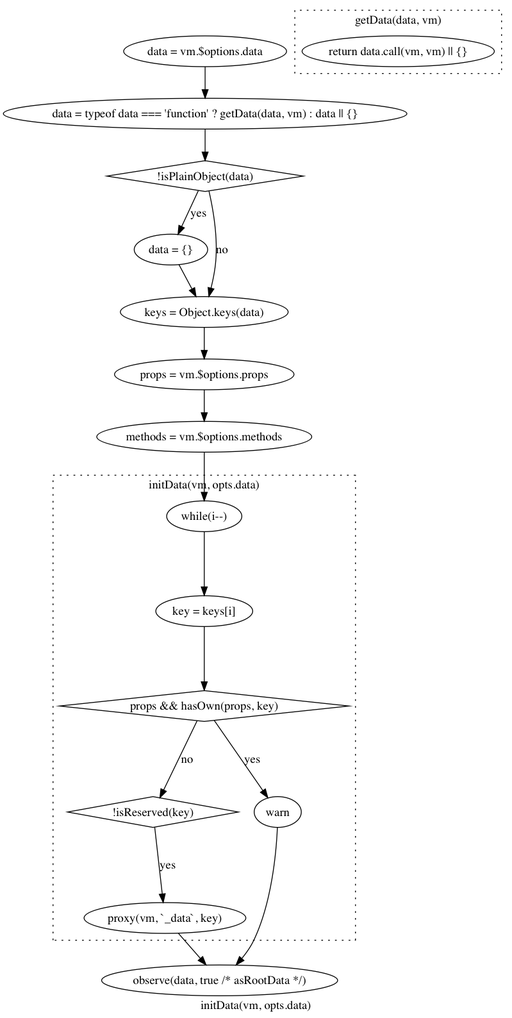
This is initData.png from ltaoo/vueSourceAnalysis, a Graphviz export, as it was before one commit. Its source is kept beside it as initData.gv. Its diagram source:
```dot
digraph G {
    label="initData(vm, opts.data)"

    getData [
        label="data = vm.$options.data"
    ]

    resetData [
        label="data = typeof data === 'function' ? getData(data, vm) : data || {}"
    ]

    getData -> resetData

    dataIsPlain [
        label="!isPlainObject(data)"
        shape=diamond
    ]

    resetData -> dataIsPlain

    resetDataBecomeObj [
        label="data = {}"
    ]

    dataIsPlain -> resetDataBecomeObj [label="yes"]

    getKeys [
        label="keys = Object.keys(data)"
    ]
    resetDataBecomeObj -> getKeys
    getProps [
        label="props = vm.$options.props"
    ]
    getKeys -> getProps
    getMethods [
        label="methods = vm.$options.methods"
    ]
    getProps -> getMethods
    dataIsPlain -> getKeys [label="no"]

    while [
        label="while(i--)"
    ]
    getMethods -> while
    subgraph cluster_while {
        graph[style=dotted]
        getKey [
            label="key = keys[i]"
        ]
        while -> getKey

        hasProp [
            label="props && hasOwn(props, key)"
            shape=diamond
        ]

        getKey -> hasProp
        notReserved [
            label="!isReserved(key)"
            shape=diamond
        ]
        hasProp -> warn [label="yes"]
        hasProp -> notReserved [label="no"]
        proxy [
            label="proxy(vm, `_data`, key)"
        ]
        notReserved -> proxy [label="yes"]
    }

    observeData [
        label="observe(data, true /* asRootData */)"
    ]
    warn -> observeData
    proxy -> observeData

    subgraph cluster_getData {
        graph[style=dotted]
        label="getData(data, vm)"

        return [
            label="return data.call(vm, vm) || {}"
        ]
    }
}
```
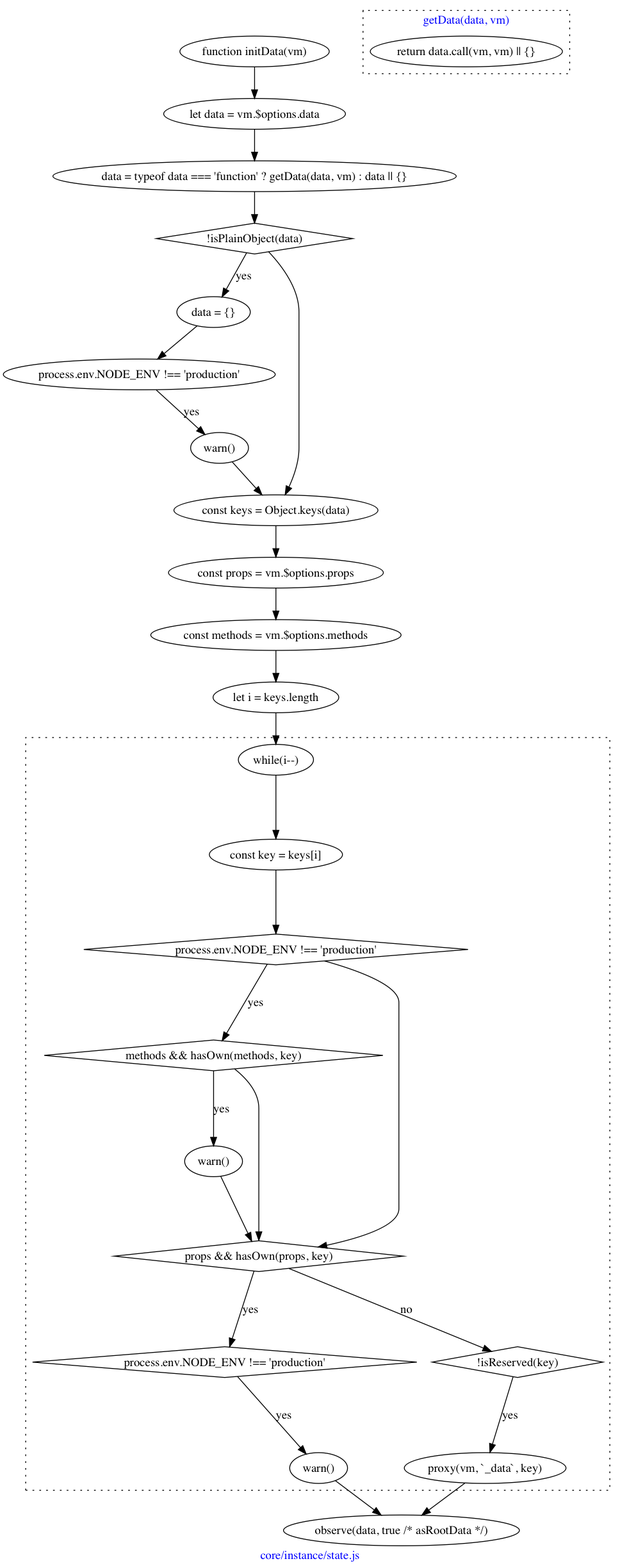
Later version of the same file.

The edit, as a diff of the source:
```diff
@@ -1,76 +1,110 @@
 digraph G {
-    label="initData(vm, opts.data)"
-
-    getData [
-        label="data = vm.$options.data"
+    graph [
+        label="core/instance/state.js"
+        fontcolor=blue
     ]
-
+    start [
+        label="function initData(vm)"
+    ]
+    varData [
+        label="let data = vm.$options.data"
+    ]
+    start -> varData
     resetData [
         label="data = typeof data === 'function' ? getData(data, vm) : data || {}"
     ]
-
-    getData -> resetData
-
+    varData -> resetData
     dataIsPlain [
         label="!isPlainObject(data)"
         shape=diamond
     ]
-
     resetData -> dataIsPlain
-
-    resetDataBecomeObj [
+    resetData1 [
         label="data = {}"
     ]
-
-    dataIsPlain -> resetDataBecomeObj [label="yes"]
-
-    getKeys [
-        label="keys = Object.keys(data)"
+    dataIsPlain -> resetData1 [label="yes"]
+    notProduction0 [
+        label="process.env.NODE_ENV !== 'production'"
     ]
-    resetDataBecomeObj -> getKeys
-    getProps [
-        label="props = vm.$options.props"
+    resetData1 -> notProduction0
+    warn0 [
+        label="warn()"
     ]
-    getKeys -> getProps
-    getMethods [
-        label="methods = vm.$options.methods"
+    notProduction0 -> warn0 [label="yes"]
+    varKeys [
+        label="const keys = Object.keys(data)"
     ]
-    getProps -> getMethods
-    dataIsPlain -> getKeys [label="no"]
-
-    while [
-        label="while(i--)"
+    warn0 -> varKeys
+    dataIsPlain -> varKeys
+    varProps [
+        label="const props = vm.$options.props"
     ]
-    getMethods -> while
+    varKeys -> varProps
+    varMethods [
+        label="const methods = vm.$options.methods"
+    ]
+    varProps -> varMethods
+    varI [
+        label="let i = keys.length"
+    ]
+    varMethods -> varI
+    varI -> while
     subgraph cluster_while {
-        graph[style=dotted]
-        getKey [
-            label="key = keys[i]"
+        graph [
+            label=""
+            style=dotted
         ]
-        while -> getKey
-
+        while [
+            label="while(i--)"
+        ]
+        varKey [
+            label="const key = keys[i]"
+        ]
+        while -> varKey
+        notProduction1 [
+            label="process.env.NODE_ENV !== 'production'"
+            shape=diamond
+        ]
+        varKey -> notProduction1
+        hasOwnMethod [
+            label="methods && hasOwn(methods, key)"
+            shape=diamond
+        ]
+        notProduction1 -> hasOwnMethod [label="yes"]
+        warn1 [
+            label="warn()"
+        ]
+        hasOwnMethod -> warn1 [label="yes"]
         hasProp [
             label="props && hasOwn(props, key)"
             shape=diamond
         ]
-
-        getKey -> hasProp
+        warn1 -> hasProp
+        hasOwnMethod -> hasProp
+        notProduction1 -> hasProp
+        notProduction2 [
+            label="process.env.NODE_ENV !== 'production'"
+            shape=diamond
+        ]
+        hasProp -> notProduction2 [label="yes"]
+        warn2 [
+            label="warn()"
+        ]
+        notProduction2 -> warn2 [label="yes"]
         notReserved [
             label="!isReserved(key)"
             shape=diamond
         ]
-        hasProp -> warn [label="yes"]
         hasProp -> notReserved [label="no"]
         proxy [
             label="proxy(vm, `_data`, key)"
         ]
         notReserved -> proxy [label="yes"]
     }
-
     observeData [
         label="observe(data, true /* asRootData */)"
     ]
-    warn -> observeData
+    warn2 -> observeData
     proxy -> observeData
 
     subgraph cluster_getData {
```
